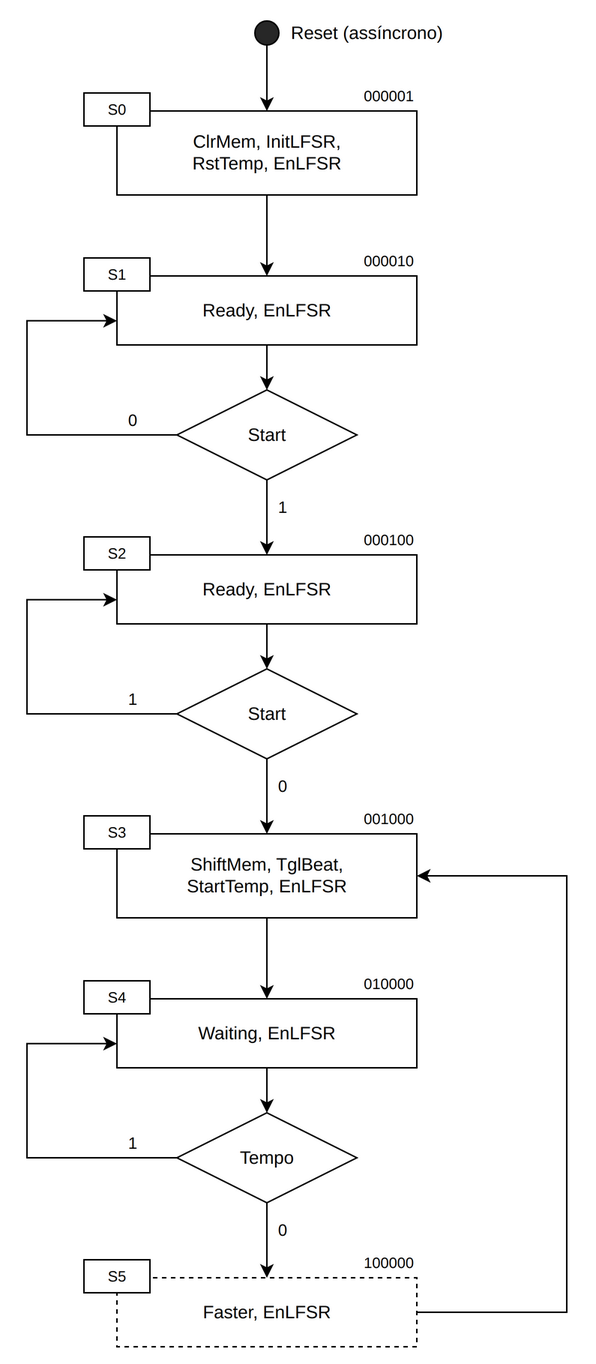
The draw.io diagram lab2/relatorio/figuras/fluxograma.png in dieguscl/sd2, before a commit. Source tidied: cells renumbered, new cells last; positions are measured from the earlier drawing's top-left corner, leaving out a move shared by most shapes.
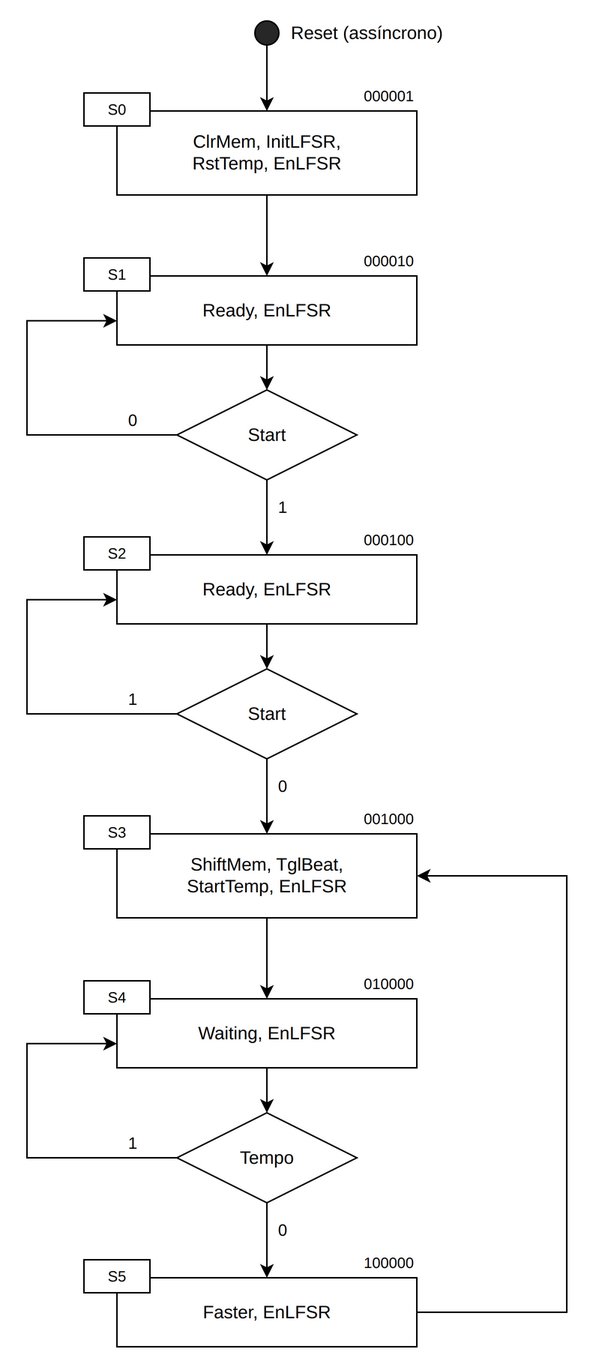
Above is the later version.

Commit message:
Lab2: S5 a cheio no fluxograma e no diagrama de estados

Diff of the diagram source:
```diff
@@ -62,7 +62,7 @@
     <mxCell id="21" value="Tempo" style="rhombus;whiteSpace=wrap;html=1;" parent="1" vertex="1">
       <mxGeometry x="100" y="732" width="120" height="60" as="geometry" />
     </mxCell>
-    <mxCell id="22" value="Faster, EnLFSR" style="rounded=0;whiteSpace=wrap;html=1;dashed=1;" parent="1" vertex="1">
+    <mxCell id="22" value="Faster, EnLFSR" style="rounded=0;whiteSpace=wrap;html=1;" parent="1" vertex="1">
       <mxGeometry x="60" y="842" width="200" height="46" as="geometry" />
     </mxCell>
     <mxCell id="23" value="S5" style="rounded=0;whiteSpace=wrap;html=1;fontSize=10;" parent="1" vertex="1">
```
